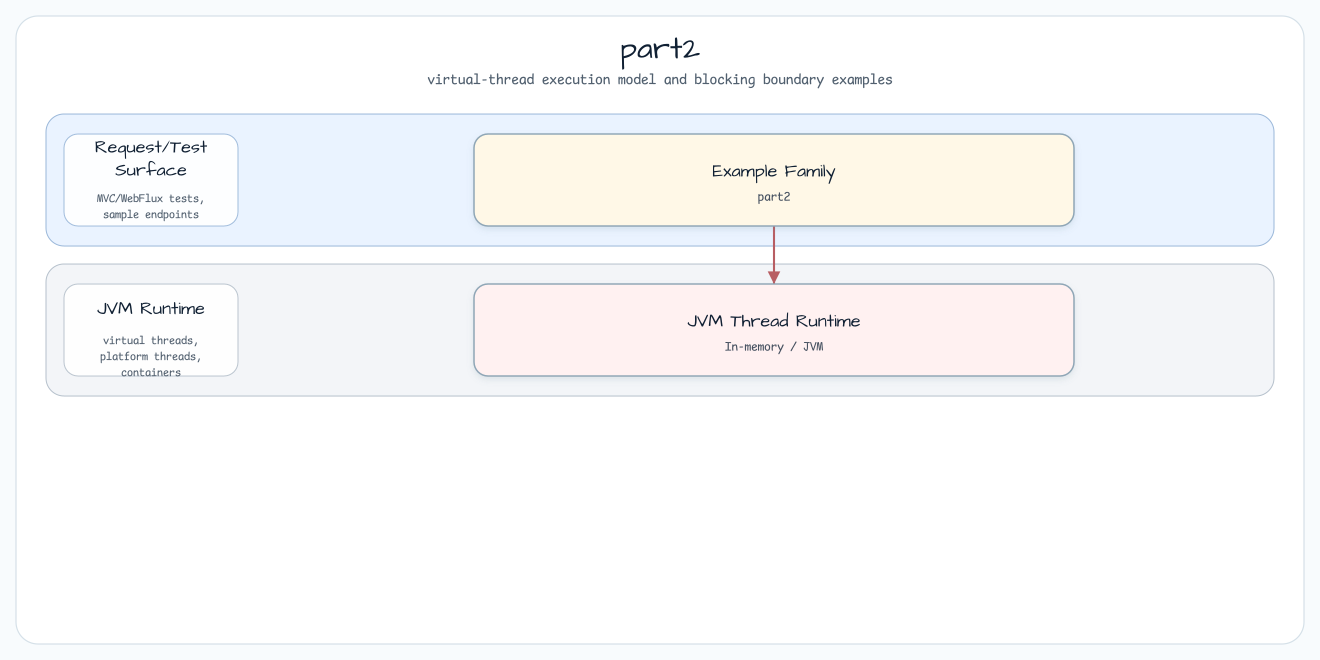
Above: docs/images/readme-diagrams/virtualthreads-rules-src-test-kotlin-io-bluetape4k-workshop-virtualthread-part2-readme-architecture-01.png in bluetape4k/bluetape4k-workshop (Graphviz), before the change. Its source is kept beside it as docs/images/readme-diagrams/virtualthreads-rules-src-test-kotlin-io-bluetape4k-workshop-virtualthread-part2-readme-architecture-01.dot.
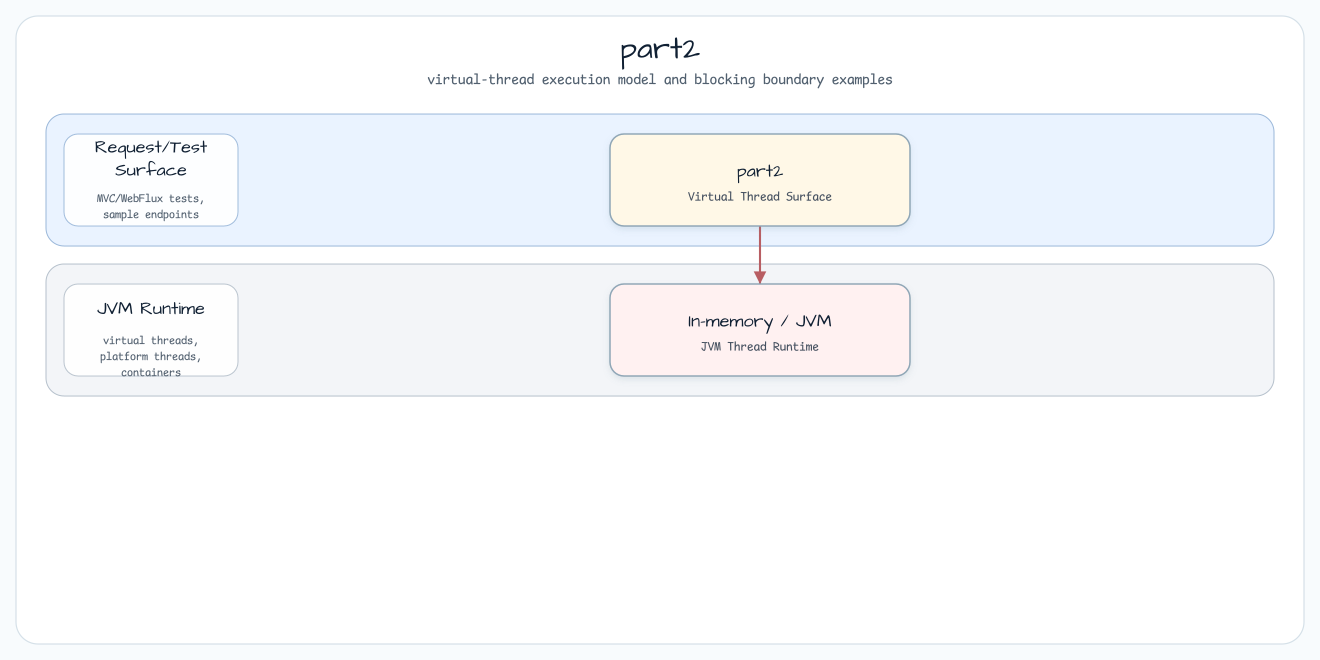
The same diagram one commit later.

What changed in the source:
```diff
@@ -26,8 +26,8 @@
     fontsize=11
   ];
 
-  entry [label="Example Family\npart2", fillcolor="#FFF8E7"];
-  runtime [label="JVM Thread Runtime\nIn-memory / JVM", fillcolor="#FFF1F1"];
+  entry0 [label="part2\nVirtual Thread Surface", fillcolor="#FFF8E7"];
+  runtime0 [label="In-memory / JVM\nJVM Thread Runtime", fillcolor="#FFF1F1"];
 
-  entry -> runtime [label="runs on"];
+  entry0 -> runtime0 [label="runs on"];
 }
```
